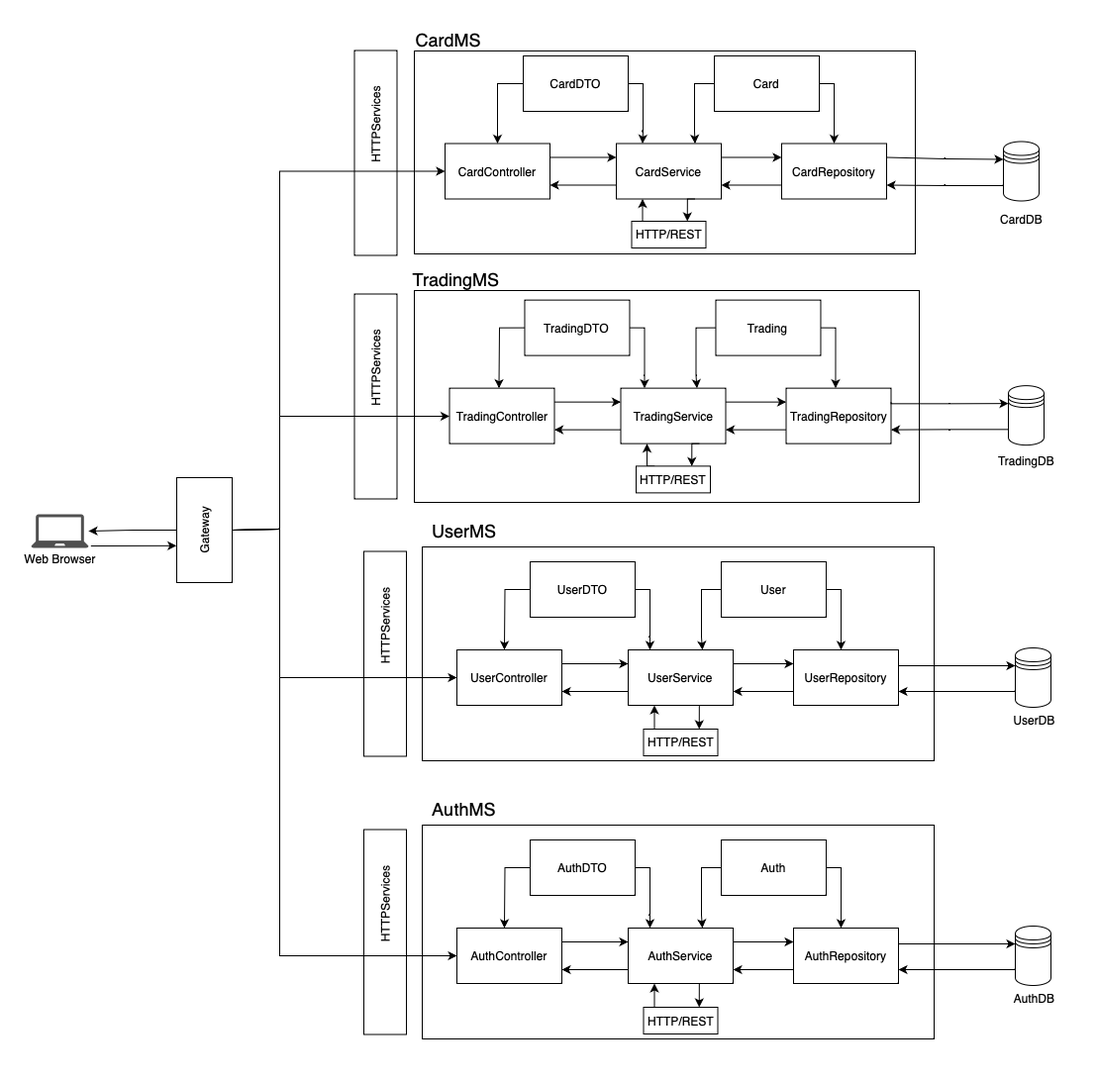
Before: Archi.drawio.png, a diagram exported from draw.io (MaaatGrv/asi3_gr6). Source tidied: cells renumbered, new cells last; positions are measured from the earlier drawing's top-left corner, leaving out a move shared by most shapes.
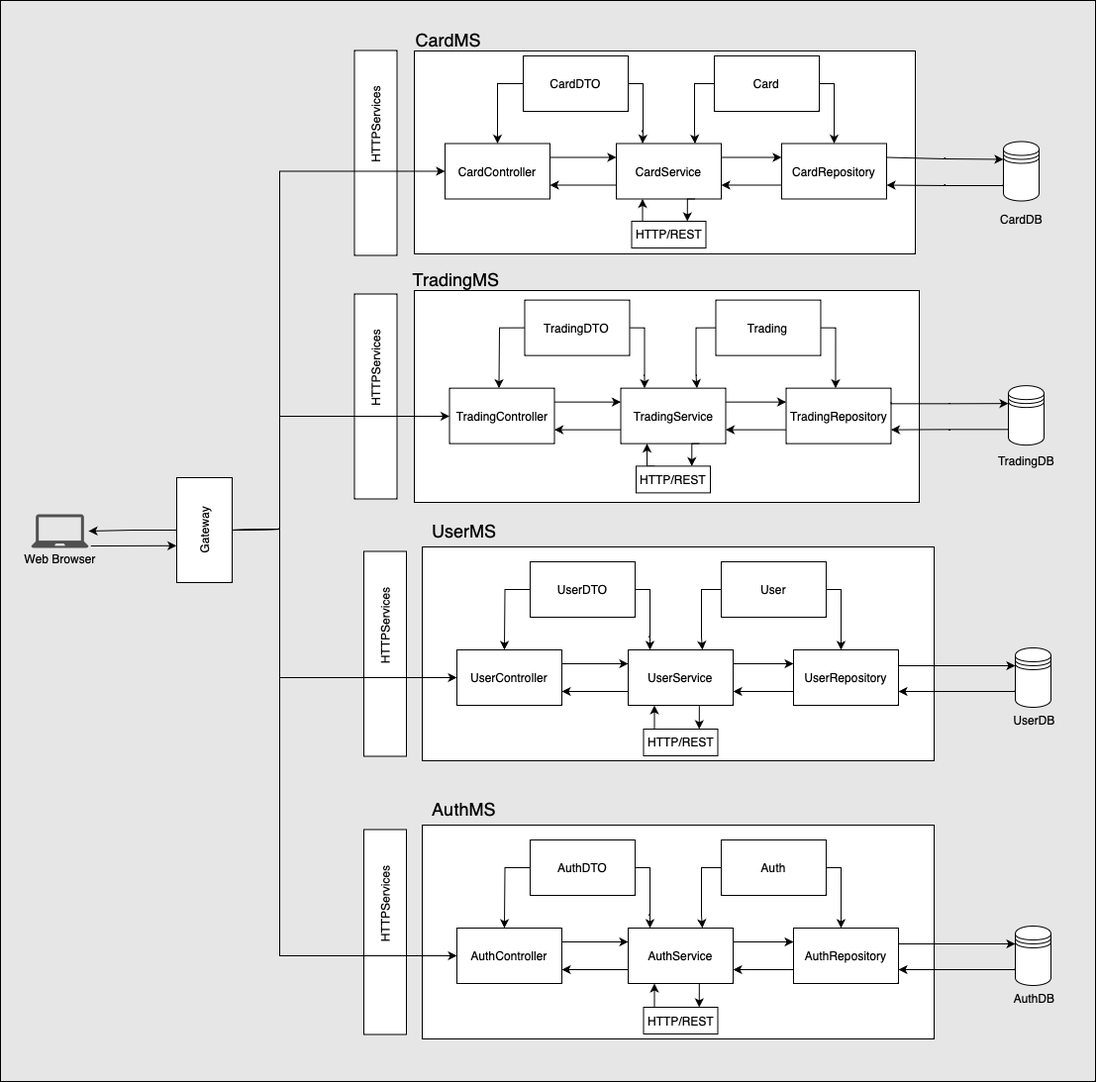
The same file after the commit.

Commit message:
Mettre à jour Archi.drawio.png

What changed in the source:
```diff
@@ -2,7 +2,7 @@
   <root>
     <mxCell id="0" />
     <mxCell id="1" parent="0" />
-    <mxCell id="2" style="rounded=0;whiteSpace=wrap;html=1;strokeColor=none;" parent="1" vertex="1">
+    <mxCell id="2" style="rounded=0;whiteSpace=wrap;html=1;fillColor=#E6E6E6;" parent="1" vertex="1">
       <mxGeometry width="1106" height="1092" as="geometry" />
     </mxCell>
     <mxCell id="3" style="group;" parent="1" vertex="1">
```
